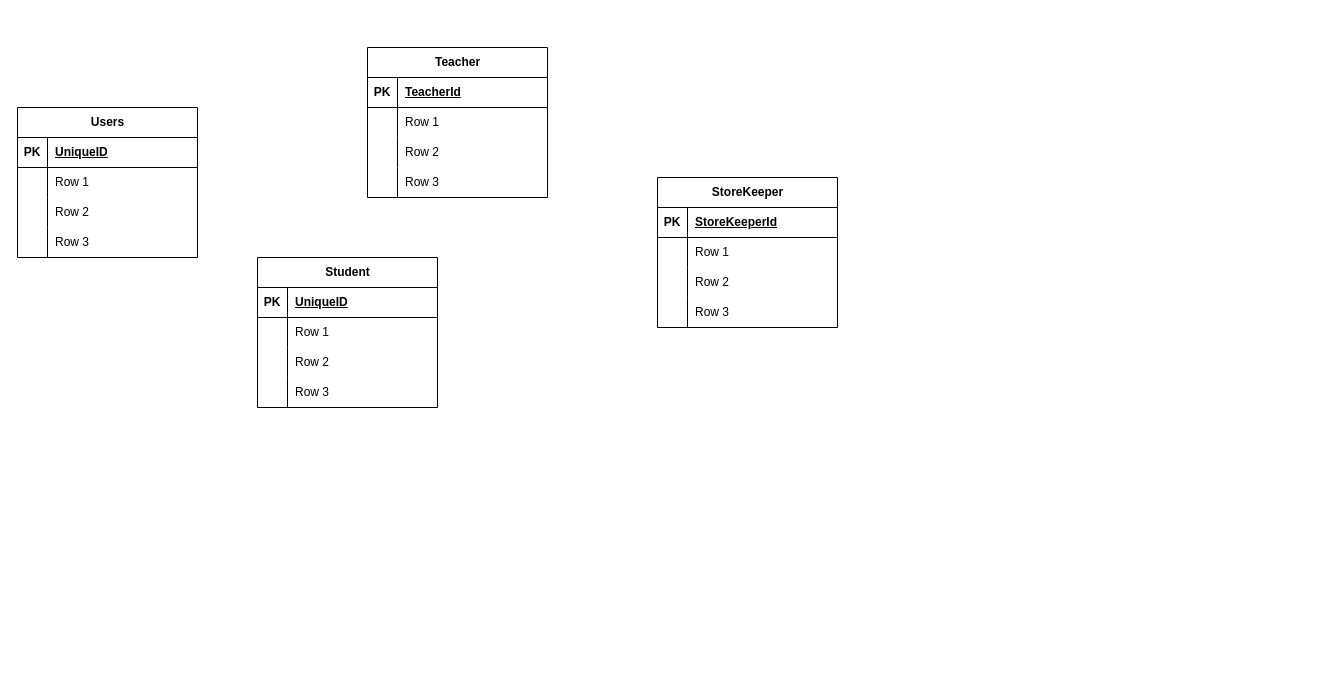
Above: DER.drawio in MRiv1214/Almacen (draw.io), before the change. Source tidied: cells renumbered, new cells numbered last; positions are measured from the earlier drawing's top-left corner, leaving out a move shared by most shapes. Both pictures are drawn from the tidied source at 100%, with x=0, y=0 at pixel (17, 47).
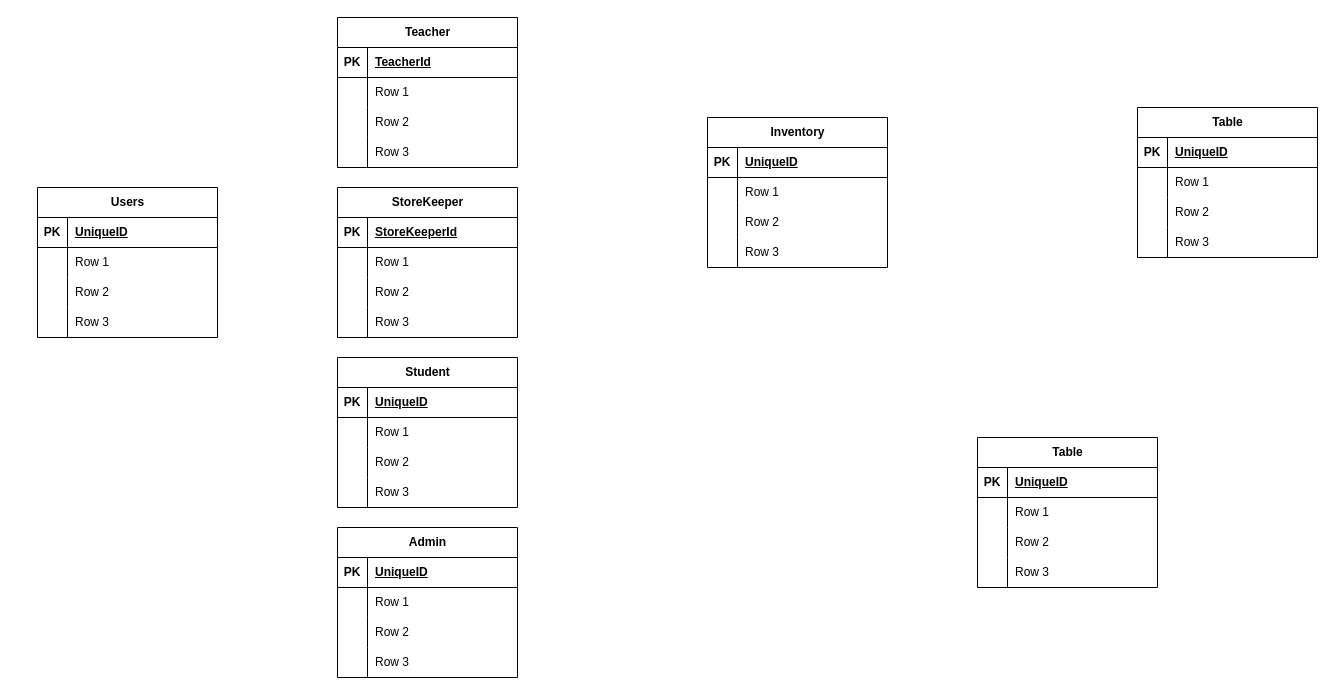
Above is the later version.

Change to the diagram source:
```diff
@@
     <mxCell id="2" value="Users" style="shape=table;startSize=30;childLayout=tableLayout;rowLines=0;fontStyle=1;align=center;html=1;" parent="1" vertex="1">
-      <mxGeometry y="60" width="180" height="150" as="geometry" />
+      <mxGeometry x="20" y="140" width="180" height="150" as="geometry" />
     </mxCell>
@@
     <mxCell id="15" value="Teacher" style="shape=table;startSize=30;childLayout=tableLayout;rowLines=0;fontStyle=1;align=center;html=1;" parent="1" vertex="1">
-      <mxGeometry x="350" width="180" height="150" as="geometry" />
+      <mxGeometry x="320" y="-30" width="180" height="150" as="geometry" />
     </mxCell>
@@
     <mxCell id="28" value="StoreKeeper" style="shape=table;startSize=30;childLayout=tableLayout;rowLines=0;fontStyle=1;align=center;html=1;" parent="1" vertex="1">
-      <mxGeometry x="640" y="130" width="180" height="150" as="geometry" />
+      <mxGeometry x="320" y="140" width="180" height="150" as="geometry" />
     </mxCell>
@@
     <mxCell id="41" value="Student" style="shape=table;startSize=30;childLayout=tableLayout;rowLines=0;fontStyle=1;align=center;html=1;" parent="1" vertex="1">
-      <mxGeometry x="240" y="210" width="180" height="150" as="geometry" />
+      <mxGeometry x="320" y="310" width="180" height="150" as="geometry" />
     </mxCell>
@@
+    <mxCell id="54" value="Admin" style="shape=table;startSize=30;childLayout=tableLayout;rowLines=0;fontStyle=1;align=center;html=1;" parent="1" vertex="1">
+      <mxGeometry x="320" y="480" width="180" height="150" as="geometry" />
+    </mxCell>
+    <mxCell id="55" style="shape=tableRow;horizontal=0;startSize=0;swimlaneHead=0;swimlaneBody=0;fillColor=none;top=0;left=0;right=0;bottom=1;" parent="54" vertex="1">
+      <mxGeometry y="30" width="180" height="30" as="geometry" />
+    </mxCell>
+    <mxCell id="56" value="PK" style="shape=partialRectangle;fillColor=none;top=0;left=0;bottom=0;right=0;fontStyle=1;overflow=hidden;whiteSpace=wrap;html=1;" parent="55" vertex="1">
+      <mxGeometry width="30" height="30" as="geometry" />
+    </mxCell>
+    <mxCell id="57" value="UniqueID" style="shape=partialRectangle;fillColor=none;top=0;left=0;bottom=0;right=0;align=left;spacingLeft=6;fontStyle=5;overflow=hidden;whiteSpace=wrap;html=1;" parent="55" vertex="1">
+      <mxGeometry x="30" width="150" height="30" as="geometry" />
+    </mxCell>
+    <mxCell id="58" style="shape=tableRow;horizontal=0;startSize=0;swimlaneHead=0;swimlaneBody=0;fillColor=none;top=0;left=0;right=0;bottom=0;" parent="54" vertex="1">
+      <mxGeometry y="60" width="180" height="30" as="geometry" />
+    </mxCell>
+    <mxCell id="59" style="shape=partialRectangle;fillColor=none;top=0;left=0;bottom=0;right=0;overflow=hidden;whiteSpace=wrap;html=1;" parent="58" vertex="1">
+      <mxGeometry width="30" height="30" as="geometry" />
+    </mxCell>
+    <mxCell id="60" value="Row 1" style="shape=partialRectangle;fillColor=none;top=0;left=0;bottom=0;right=0;align=left;spacingLeft=6;overflow=hidden;whiteSpace=wrap;html=1;" parent="58" vertex="1">
+      <mxGeometry x="30" width="150" height="30" as="geometry" />
+    </mxCell>
+    <mxCell id="61" style="shape=tableRow;horizontal=0;startSize=0;swimlaneHead=0;swimlaneBody=0;fillColor=none;top=0;left=0;right=0;bottom=0;" parent="54" vertex="1">
+      <mxGeometry y="90" width="180" height="30" as="geometry" />
+    </mxCell>
+    <mxCell id="62" style="shape=partialRectangle;fillColor=none;top=0;left=0;bottom=0;right=0;overflow=hidden;whiteSpace=wrap;html=1;" parent="61" vertex="1">
+      <mxGeometry width="30" height="30" as="geometry" />
+    </mxCell>
+    <mxCell id="63" value="Row 2" style="shape=partialRectangle;fillColor=none;top=0;left=0;bottom=0;right=0;align=left;spacingLeft=6;overflow=hidden;whiteSpace=wrap;html=1;" parent="61" vertex="1">
+      <mxGeometry x="30" width="150" height="30" as="geometry" />
+    </mxCell>
+    <mxCell id="64" style="shape=tableRow;horizontal=0;startSize=0;swimlaneHead=0;swimlaneBody=0;fillColor=none;top=0;left=0;right=0;bottom=0;" parent="54" vertex="1">
+      <mxGeometry y="120" width="180" height="30" as="geometry" />
+    </mxCell>
+    <mxCell id="65" style="shape=partialRectangle;fillColor=none;top=0;left=0;bottom=0;right=0;overflow=hidden;whiteSpace=wrap;html=1;" parent="64" vertex="1">
+      <mxGeometry width="30" height="30" as="geometry" />
+    </mxCell>
+    <mxCell id="66" value="Row 3" style="shape=partialRectangle;fillColor=none;top=0;left=0;bottom=0;right=0;align=left;spacingLeft=6;overflow=hidden;whiteSpace=wrap;html=1;" parent="64" vertex="1">
+      <mxGeometry x="30" width="150" height="30" as="geometry" />
+    </mxCell>
+    <mxCell id="67" value="Table" style="shape=table;startSize=30;childLayout=tableLayout;rowLines=0;fontStyle=1;align=center;html=1;" parent="1" vertex="1">
+      <mxGeometry x="1120" y="60" width="180" height="150" as="geometry" />
+    </mxCell>
+    <mxCell id="68" style="shape=tableRow;horizontal=0;startSize=0;swimlaneHead=0;swimlaneBody=0;fillColor=none;top=0;left=0;right=0;bottom=1;" parent="67" vertex="1">
+      <mxGeometry y="30" width="180" height="30" as="geometry" />
+    </mxCell>
+    <mxCell id="69" value="PK" style="shape=partialRectangle;fillColor=none;top=0;left=0;bottom=0;right=0;fontStyle=1;overflow=hidden;whiteSpace=wrap;html=1;" parent="68" vertex="1">
+      <mxGeometry width="30" height="30" as="geometry" />
+    </mxCell>
+    <mxCell id="70" value="UniqueID" style="shape=partialRectangle;fillColor=none;top=0;left=0;bottom=0;right=0;align=left;spacingLeft=6;fontStyle=5;overflow=hidden;whiteSpace=wrap;html=1;" parent="68" vertex="1">
+      <mxGeometry x="30" width="150" height="30" as="geometry" />
+    </mxCell>
+    <mxCell id="71" style="shape=tableRow;horizontal=0;startSize=0;swimlaneHead=0;swimlaneBody=0;fillColor=none;top=0;left=0;right=0;bottom=0;" parent="67" vertex="1">
+      <mxGeometry y="60" width="180" height="30" as="geometry" />
+    </mxCell>
+    <mxCell id="72" style="shape=partialRectangle;fillColor=none;top=0;left=0;bottom=0;right=0;overflow=hidden;whiteSpace=wrap;html=1;" parent="71" vertex="1">
+      <mxGeometry width="30" height="30" as="geometry" />
+    </mxCell>
+    <mxCell id="73" value="Row 1" style="shape=partialRectangle;fillColor=none;top=0;left=0;bottom=0;right=0;align=left;spacingLeft=6;overflow=hidden;whiteSpace=wrap;html=1;" parent="71" vertex="1">
+      <mxGeometry x="30" width="150" height="30" as="geometry" />
+    </mxCell>
+    <mxCell id="74" style="shape=tableRow;horizontal=0;startSize=0;swimlaneHead=0;swimlaneBody=0;fillColor=none;top=0;left=0;right=0;bottom=0;" parent="67" vertex="1">
+      <mxGeometry y="90" width="180" height="30" as="geometry" />
+    </mxCell>
+    <mxCell id="75" style="shape=partialRectangle;fillColor=none;top=0;left=0;bottom=0;right=0;overflow=hidden;whiteSpace=wrap;html=1;" parent="74" vertex="1">
+      <mxGeometry width="30" height="30" as="geometry" />
+    </mxCell>
+    <mxCell id="76" value="Row 2" style="shape=partialRectangle;fillColor=none;top=0;left=0;bottom=0;right=0;align=left;spacingLeft=6;overflow=hidden;whiteSpace=wrap;html=1;" parent="74" vertex="1">
+      <mxGeometry x="30" width="150" height="30" as="geometry" />
+    </mxCell>
+    <mxCell id="77" style="shape=tableRow;horizontal=0;startSize=0;swimlaneHead=0;swimlaneBody=0;fillColor=none;top=0;left=0;right=0;bottom=0;" parent="67" vertex="1">
+      <mxGeometry y="120" width="180" height="30" as="geometry" />
+    </mxCell>
+    <mxCell id="78" style="shape=partialRectangle;fillColor=none;top=0;left=0;bottom=0;right=0;overflow=hidden;whiteSpace=wrap;html=1;" parent="77" vertex="1">
+      <mxGeometry width="30" height="30" as="geometry" />
+    </mxCell>
+    <mxCell id="79" value="Row 3" style="shape=partialRectangle;fillColor=none;top=0;left=0;bottom=0;right=0;align=left;spacingLeft=6;overflow=hidden;whiteSpace=wrap;html=1;" parent="77" vertex="1">
+      <mxGeometry x="30" width="150" height="30" as="geometry" />
+    </mxCell>
+    <mxCell id="80" value="Inventory" style="shape=table;startSize=30;childLayout=tableLayout;rowLines=0;fontStyle=1;align=center;html=1;" parent="1" vertex="1">
+      <mxGeometry x="690" y="70" width="180" height="150" as="geometry" />
+    </mxCell>
+    <mxCell id="81" style="shape=tableRow;horizontal=0;startSize=0;swimlaneHead=0;swimlaneBody=0;fillColor=none;top=0;left=0;right=0;bottom=1;" parent="80" vertex="1">
+      <mxGeometry y="30" width="180" height="30" as="geometry" />
+    </mxCell>
+    <mxCell id="82" value="PK" style="shape=partialRectangle;fillColor=none;top=0;left=0;bottom=0;right=0;fontStyle=1;overflow=hidden;whiteSpace=wrap;html=1;" parent="81" vertex="1">
+      <mxGeometry width="30" height="30" as="geometry" />
+    </mxCell>
+    <mxCell id="83" value="UniqueID" style="shape=partialRectangle;fillColor=none;top=0;left=0;bottom=0;right=0;align=left;spacingLeft=6;fontStyle=5;overflow=hidden;whiteSpace=wrap;html=1;" parent="81" vertex="1">
+      <mxGeometry x="30" width="150" height="30" as="geometry" />
+    </mxCell>
+    <mxCell id="84" style="shape=tableRow;horizontal=0;startSize=0;swimlaneHead=0;swimlaneBody=0;fillColor=none;top=0;left=0;right=0;bottom=0;" parent="80" vertex="1">
+      <mxGeometry y="60" width="180" height="30" as="geometry" />
+    </mxCell>
+    <mxCell id="85" style="shape=partialRectangle;fillColor=none;top=0;left=0;bottom=0;right=0;overflow=hidden;whiteSpace=wrap;html=1;" parent="84" vertex="1">
+      <mxGeometry width="30" height="30" as="geometry" />
+    </mxCell>
+    <mxCell id="86" value="Row 1" style="shape=partialRectangle;fillColor=none;top=0;left=0;bottom=0;right=0;align=left;spacingLeft=6;overflow=hidden;whiteSpace=wrap;html=1;" parent="84" vertex="1">
+      <mxGeometry x="30" width="150" height="30" as="geometry" />
+    </mxCell>
+    <mxCell id="87" style="shape=tableRow;horizontal=0;startSize=0;swimlaneHead=0;swimlaneBody=0;fillColor=none;top=0;left=0;right=0;bottom=0;" parent="80" vertex="1">
+      <mxGeometry y="90" width="180" height="30" as="geometry" />
+    </mxCell>
+    <mxCell id="88" style="shape=partialRectangle;fillColor=none;top=0;left=0;bottom=0;right=0;overflow=hidden;whiteSpace=wrap;html=1;" parent="87" vertex="1">
+      <mxGeometry width="30" height="30" as="geometry" />
+    </mxCell>
+    <mxCell id="89" value="Row 2" style="shape=partialRectangle;fillColor=none;top=0;left=0;bottom=0;right=0;align=left;spacingLeft=6;overflow=hidden;whiteSpace=wrap;html=1;" parent="87" vertex="1">
+      <mxGeometry x="30" width="150" height="30" as="geometry" />
+    </mxCell>
+    <mxCell id="90" style="shape=tableRow;horizontal=0;startSize=0;swimlaneHead=0;swimlaneBody=0;fillColor=none;top=0;left=0;right=0;bottom=0;" parent="80" vertex="1">
+      <mxGeometry y="120" width="180" height="30" as="geometry" />
+    </mxCell>
+    <mxCell id="91" style="shape=partialRectangle;fillColor=none;top=0;left=0;bottom=0;right=0;overflow=hidden;whiteSpace=wrap;html=1;" parent="90" vertex="1">
+      <mxGeometry width="30" height="30" as="geometry" />
+    </mxCell>
+    <mxCell id="92" value="Row 3" style="shape=partialRectangle;fillColor=none;top=0;left=0;bottom=0;right=0;align=left;spacingLeft=6;overflow=hidden;whiteSpace=wrap;html=1;" parent="90" vertex="1">
+      <mxGeometry x="30" width="150" height="30" as="geometry" />
+    </mxCell>
+    <mxCell id="93" value="Table" style="shape=table;startSize=30;childLayout=tableLayout;rowLines=0;fontStyle=1;align=center;html=1;" parent="1" vertex="1">
+      <mxGeometry x="960" y="390" width="180" height="150" as="geometry" />
+    </mxCell>
+    <mxCell id="94" style="shape=tableRow;horizontal=0;startSize=0;swimlaneHead=0;swimlaneBody=0;fillColor=none;top=0;left=0;right=0;bottom=1;" parent="93" vertex="1">
+      <mxGeometry y="30" width="180" height="30" as="geometry" />
+    </mxCell>
+    <mxCell id="95" value="PK" style="shape=partialRectangle;fillColor=none;top=0;left=0;bottom=0;right=0;fontStyle=1;overflow=hidden;whiteSpace=wrap;html=1;" parent="94" vertex="1">
+      <mxGeometry width="30" height="30" as="geometry" />
+    </mxCell>
+    <mxCell id="96" value="UniqueID" style="shape=partialRectangle;fillColor=none;top=0;left=0;bottom=0;right=0;align=left;spacingLeft=6;fontStyle=5;overflow=hidden;whiteSpace=wrap;html=1;" parent="94" vertex="1">
+      <mxGeometry x="30" width="150" height="30" as="geometry" />
+    </mxCell>
+    <mxCell id="97" style="shape=tableRow;horizontal=0;startSize=0;swimlaneHead=0;swimlaneBody=0;fillColor=none;top=0;left=0;right=0;bottom=0;" parent="93" vertex="1">
+      <mxGeometry y="60" width="180" height="30" as="geometry" />
+    </mxCell>
+    <mxCell id="98" style="shape=partialRectangle;fillColor=none;top=0;left=0;bottom=0;right=0;overflow=hidden;whiteSpace=wrap;html=1;" parent="97" vertex="1">
+      <mxGeometry width="30" height="30" as="geometry" />
+    </mxCell>
+    <mxCell id="99" value="Row 1" style="shape=partialRectangle;fillColor=none;top=0;left=0;bottom=0;right=0;align=left;spacingLeft=6;overflow=hidden;whiteSpace=wrap;html=1;" parent="97" vertex="1">
+      <mxGeometry x="30" width="150" height="30" as="geometry" />
+    </mxCell>
+    <mxCell id="100" style="shape=tableRow;horizontal=0;startSize=0;swimlaneHead=0;swimlaneBody=0;fillColor=none;top=0;left=0;right=0;bottom=0;" parent="93" vertex="1">
+      <mxGeometry y="90" width="180" height="30" as="geometry" />
+    </mxCell>
+    <mxCell id="101" style="shape=partialRectangle;fillColor=none;top=0;left=0;bottom=0;right=0;overflow=hidden;whiteSpace=wrap;html=1;" parent="100" vertex="1">
+      <mxGeometry width="30" height="30" as="geometry" />
+    </mxCell>
+    <mxCell id="102" value="Row 2" style="shape=partialRectangle;fillColor=none;top=0;left=0;bottom=0;right=0;align=left;spacingLeft=6;overflow=hidden;whiteSpace=wrap;html=1;" parent="100" vertex="1">
+      <mxGeometry x="30" width="150" height="30" as="geometry" />
+    </mxCell>
+    <mxCell id="103" style="shape=tableRow;horizontal=0;startSize=0;swimlaneHead=0;swimlaneBody=0;fillColor=none;top=0;left=0;right=0;bottom=0;" parent="93" vertex="1">
+      <mxGeometry y="120" width="180" height="30" as="geometry" />
+    </mxCell>
+    <mxCell id="104" style="shape=partialRectangle;fillColor=none;top=0;left=0;bottom=0;right=0;overflow=hidden;whiteSpace=wrap;html=1;" parent="103" vertex="1">
+      <mxGeometry width="30" height="30" as="geometry" />
+    </mxCell>
+    <mxCell id="105" value="Row 3" style="shape=partialRectangle;fillColor=none;top=0;left=0;bottom=0;right=0;align=left;spacingLeft=6;overflow=hidden;whiteSpace=wrap;html=1;" parent="103" vertex="1">
+      <mxGeometry x="30" width="150" height="30" as="geometry" />
+    </mxCell>
```
